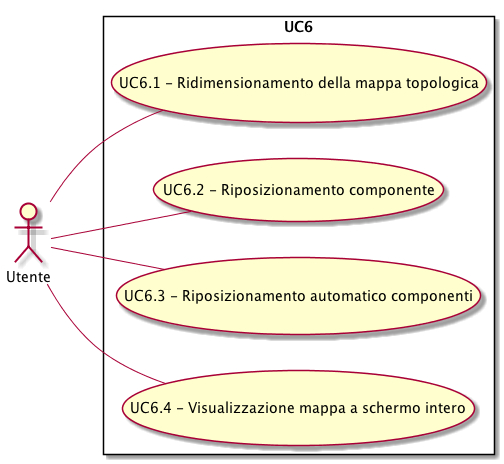
This is Docs/RP/AnalisiDeiRequisiti/UC/UC6.png from joemerlino/SWEefty, a PlantUML export, as it was before one commit. The source it was exported from:
```plantuml
@startuml
left to right direction
skinparam packageStyle rectangle
actor Utente
rectangle UC6 {
Utente -- (UC6.1 - Ridimensionamento della mappa topologica)
Utente -- (UC6.2 - Riposizionamento componente)
Utente -- (UC6.3 - Riposizionamento automatico componenti)
Utente -- (UC6.4 - Visualizzazione mappa a schermo intero)
}
@enduml
```
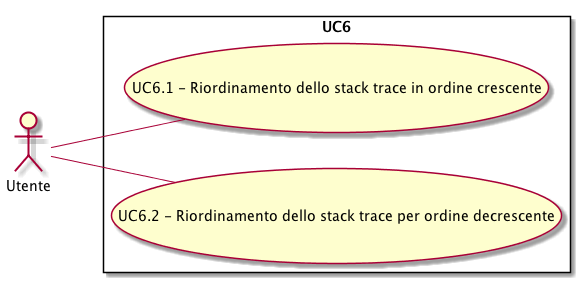
Later version of the same file.

Diff of the diagram source:
```diff
@@ -3,9 +3,7 @@
 skinparam packageStyle rectangle
 actor Utente
 rectangle UC6 {
-Utente -- (UC6.1 - Ridimensionamento della mappa topologica)
-Utente -- (UC6.2 - Riposizionamento componente)
-Utente -- (UC6.3 - Riposizionamento automatico componenti)
-Utente -- (UC6.4 - Visualizzazione mappa a schermo intero)
+Utente -- (UC6.1 - Riordinamento dello stack trace in ordine crescente)
+Utente -- (UC6.2 - Riordinamento dello stack trace per ordine decrescente)
 }
 @enduml
```
